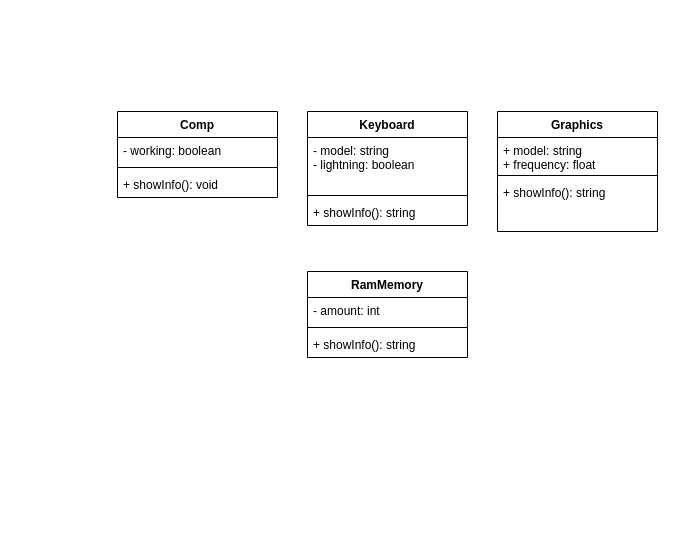
Nikita23072001/PP3 keeps this draw.io diagram as 07_12.drawio. Above is the earlier version. Source tidied: cells renumbered, new cells numbered last; positions are measured from the earlier drawing's top-left corner, leaving out a move shared by most shapes. Both pictures are drawn from the tidied source at 100%, with x=0, y=0 at pixel (117, 111).
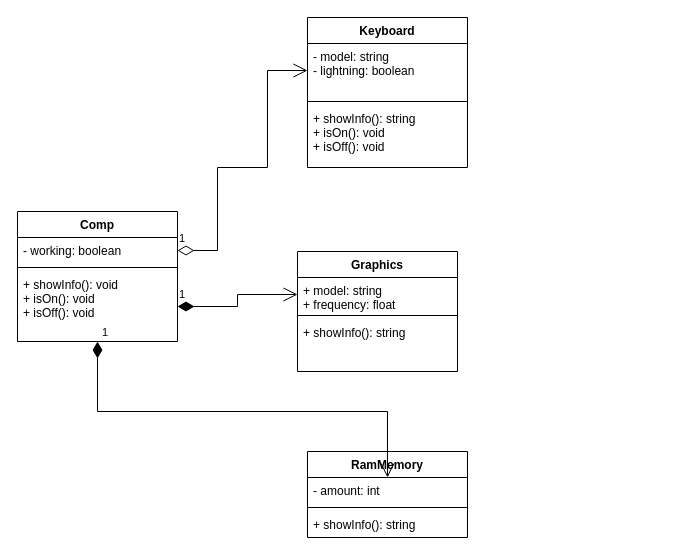
Above is the later version.

Unchanged cells that the change refers to:
```xml
<mxCell id="3" value="- working: boolean" style="text;strokeColor=none;fillColor=none;align=left;verticalAlign=top;spacingLeft=4;spacingRight=4;overflow=hidden;points=[[0,0.5],[1,0.5]];portConstraint=eastwest;" parent="2" vertex="1">
  <mxGeometry y="26" width="160" height="26" as="geometry" />
</mxCell>
<mxCell id="7" value="- model: string&#10;- lightning: boolean" style="text;strokeColor=none;fillColor=none;align=left;verticalAlign=top;spacingLeft=4;spacingRight=4;overflow=hidden;points=[[0,0.5],[1,0.5]];portConstraint=eastwest;" parent="6" vertex="1">
  <mxGeometry y="26" width="160" height="54" as="geometry" />
</mxCell>
<mxCell id="11" value="+ model: string&#10;+ frequency: float" style="text;strokeColor=none;fillColor=none;align=left;verticalAlign=top;spacingLeft=4;spacingRight=4;overflow=hidden;points=[[0,0.5],[1,0.5]];portConstraint=eastwest;" parent="10" vertex="1">
  <mxGeometry y="26" width="160" height="34" as="geometry" />
</mxCell>
<mxCell id="15" value="- amount: int" style="text;strokeColor=none;fillColor=none;align=left;verticalAlign=top;spacingLeft=4;spacingRight=4;overflow=hidden;points=[[0,0.5],[1,0.5]];portConstraint=eastwest;" parent="14" vertex="1">
  <mxGeometry y="26" width="160" height="26" as="geometry" />
</mxCell>
```

Change to the diagram source:
```diff
@@
     <mxCell id="2" value="Comp" style="swimlane;fontStyle=1;align=center;verticalAlign=top;horizontal=1;startSize=26;" parent="1" vertex="1">
-      <mxGeometry width="160" height="86" as="geometry" />
+      <mxGeometry x="-100" y="100" width="160" height="130" as="geometry" />
     </mxCell>
@@
-    <mxCell id="5" value="+ showInfo(): void" style="text;strokeColor=none;fillColor=none;align=left;verticalAlign=top;spacingLeft=4;spacingRight=4;overflow=hidden;points=[[0,0.5],[1,0.5]];portConstraint=eastwest;" parent="2" vertex="1">
-      <mxGeometry y="60" width="160" height="26" as="geometry" />
+    <mxCell id="5" value="+ showInfo(): void&#10;+ isOn(): void&#10;+ isOff(): void" style="text;strokeColor=none;fillColor=none;align=left;verticalAlign=top;spacingLeft=4;spacingRight=4;overflow=hidden;points=[[0,0.5],[1,0.5]];portConstraint=eastwest;" parent="2" vertex="1">
+      <mxGeometry y="60" width="160" height="70" as="geometry" />
     </mxCell>
     <mxCell id="6" value="Keyboard" style="swimlane;fontStyle=1;align=center;verticalAlign=top;horizontal=1;startSize=26;" parent="1" vertex="1">
-      <mxGeometry x="190" width="160" height="114" as="geometry" />
+      <mxGeometry x="190" y="-94" width="160" height="150" as="geometry" />
     </mxCell>
@@
-    <mxCell id="9" value="+ showInfo(): string" style="text;strokeColor=none;fillColor=none;align=left;verticalAlign=top;spacingLeft=4;spacingRight=4;overflow=hidden;" parent="6" vertex="1">
-      <mxGeometry y="88" width="160" height="26" as="geometry" />
+    <mxCell id="9" value="+ showInfo(): string&#10;+ isOn(): void&#10;+ isOff(): void" style="text;strokeColor=none;fillColor=none;align=left;verticalAlign=top;spacingLeft=4;spacingRight=4;overflow=hidden;" parent="6" vertex="1">
+      <mxGeometry y="88" width="160" height="62" as="geometry" />
     </mxCell>
     <mxCell id="10" value="Graphics" style="swimlane;fontStyle=1;align=center;verticalAlign=top;horizontal=1;startSize=26;" parent="1" vertex="1">
-      <mxGeometry x="380" width="160" height="120" as="geometry" />
+      <mxGeometry x="180" y="140" width="160" height="120" as="geometry" />
     </mxCell>
@@
     <mxCell id="14" value="RamMemory" style="swimlane;fontStyle=1;align=center;verticalAlign=top;horizontal=1;startSize=26;" parent="1" vertex="1">
-      <mxGeometry x="190" y="160" width="160" height="86" as="geometry" />
+      <mxGeometry x="190" y="340" width="160" height="86" as="geometry" />
     </mxCell>
@@
+    <mxCell id="18" value="1" style="endArrow=open;html=1;endSize=12;startArrow=diamondThin;startSize=14;startFill=1;edgeStyle=orthogonalEdgeStyle;align=left;verticalAlign=bottom;rounded=0;entryX=0;entryY=0.5;entryDx=0;entryDy=0;" parent="1" edge="1" source="5" target="11">
+      <mxGeometry x="-1" y="3" relative="1" as="geometry" />
+    </mxCell>
+    <mxCell id="19" value="1" style="endArrow=open;html=1;endSize=12;startArrow=diamondThin;startSize=14;startFill=1;edgeStyle=orthogonalEdgeStyle;align=left;verticalAlign=bottom;rounded=0;" parent="1" edge="1" source="5" target="15">
+      <mxGeometry x="-1" y="3" relative="1" as="geometry">
+        <Array as="points">
+          <mxPoint x="-20" y="300" />
+          <mxPoint x="270" y="300" />
+        </Array>
+      </mxGeometry>
+    </mxCell>
+    <mxCell id="20" value="1" style="endArrow=open;html=1;endSize=12;startArrow=diamondThin;startSize=14;startFill=0;edgeStyle=orthogonalEdgeStyle;align=left;verticalAlign=bottom;rounded=0;" parent="1" edge="1" source="3" target="7">
+      <mxGeometry x="-1" y="3" relative="1" as="geometry">
+        <Array as="points">
+          <mxPoint x="100" y="139" />
+          <mxPoint x="100" y="56" />
+          <mxPoint x="150" y="56" />
+          <mxPoint x="150" y="-41" />
+        </Array>
+      </mxGeometry>
+    </mxCell>
```
